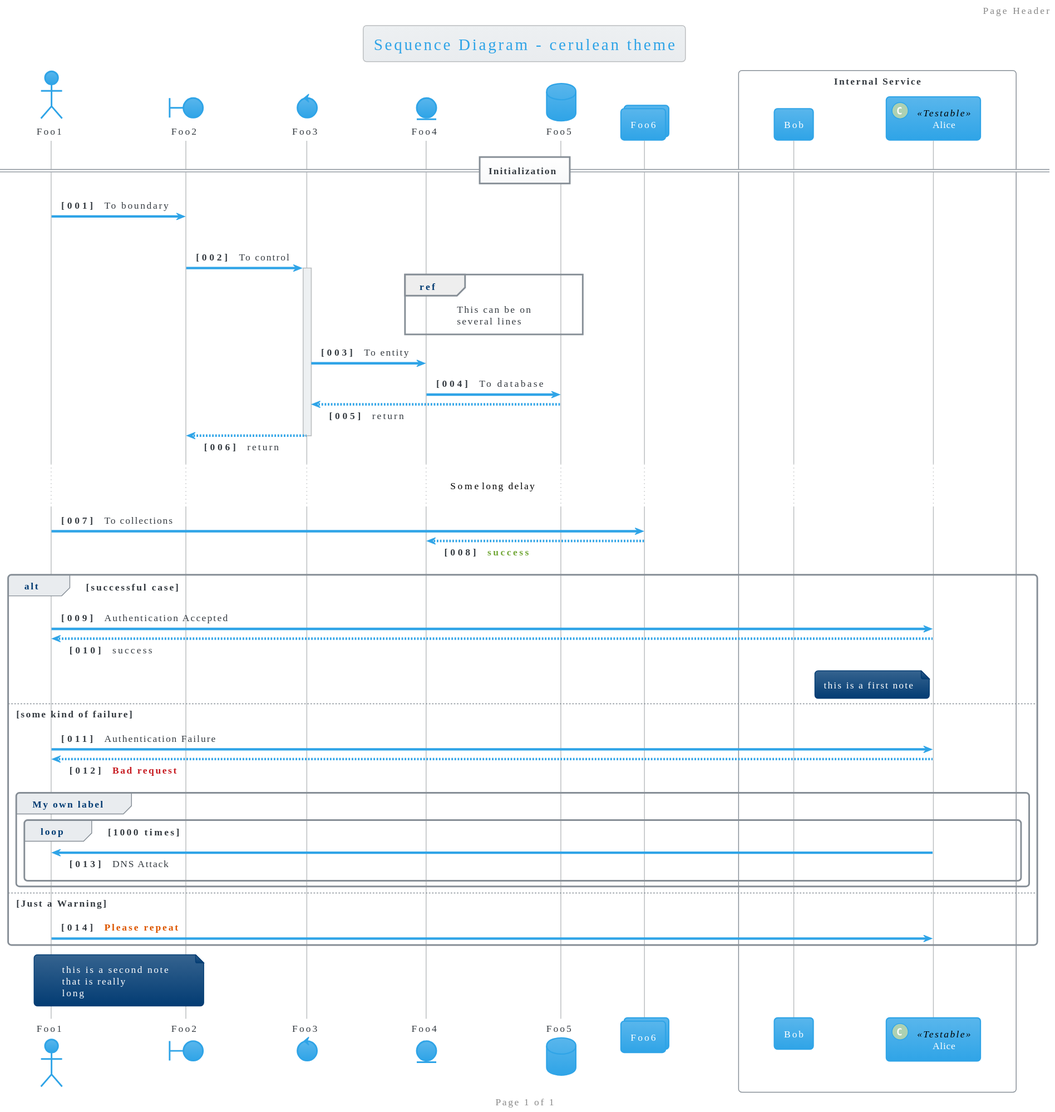
This is themes/cerulean/sequence-ex.svg from bschwarz/puml-themes, a PlantUML export, as it was before one commit.
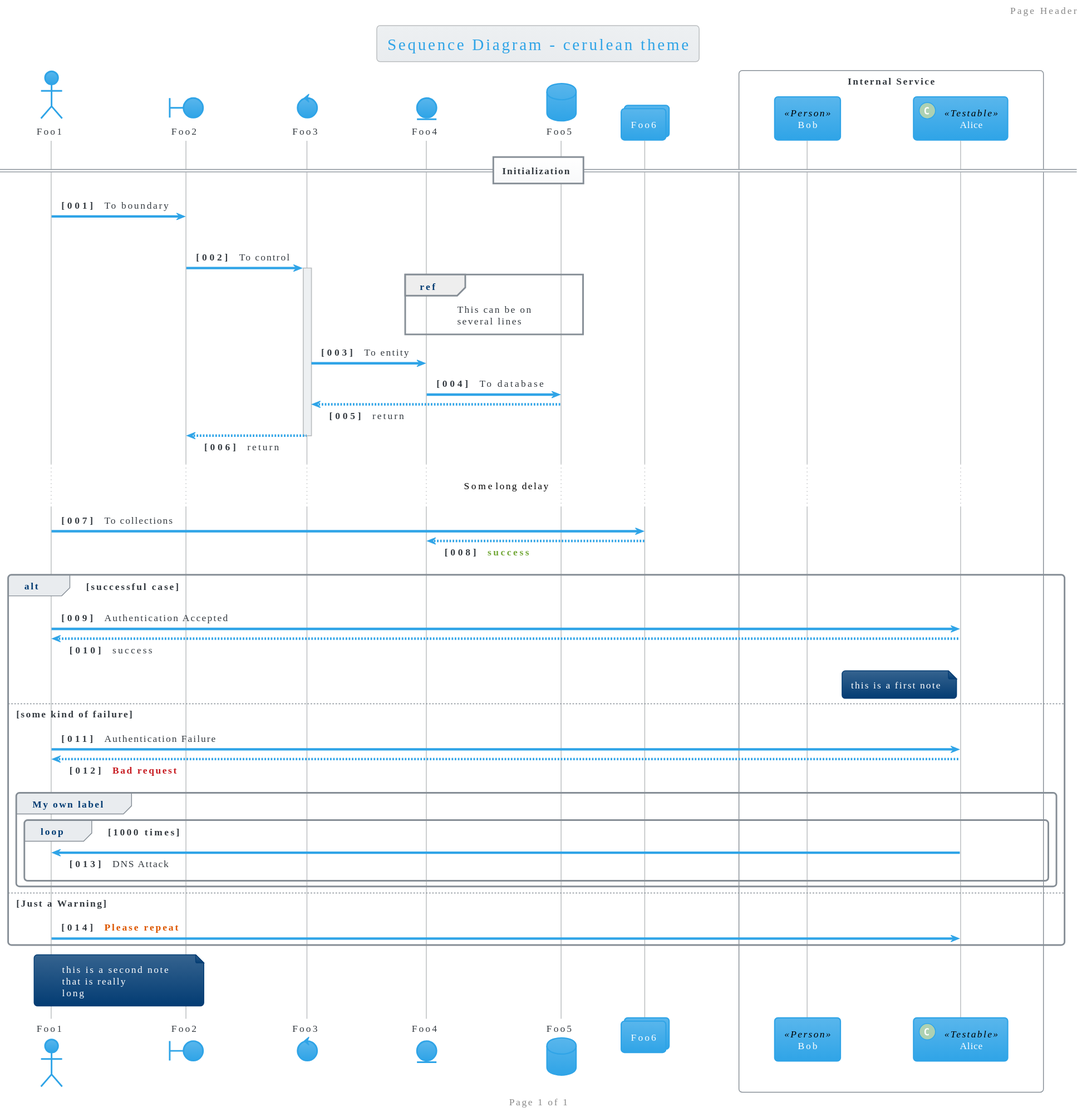
Later version of the same file.

The edit, as a diff of the source:
```diff
@@ -440,7 +440,7 @@
 entity Foo4
 database Foo5
 collections Foo6
-participant Bob
+participant Bob << Person >>
 participant Alice << (C,#ADD1B2) Testable >>
 
 box "Internal Service"
```
